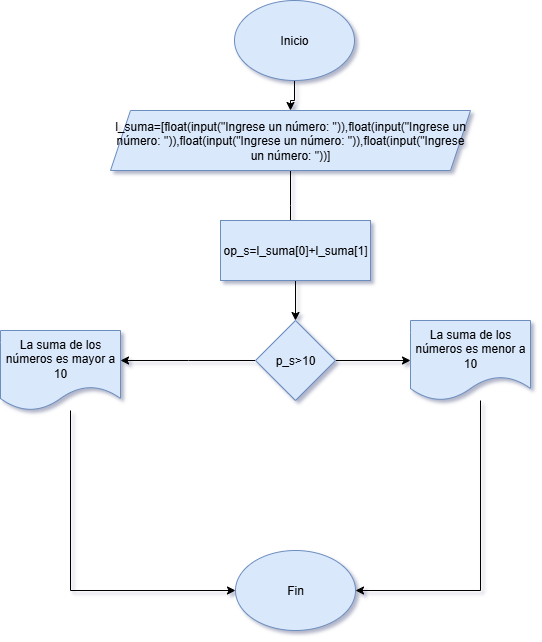
Yesi0316/Programaci-n- keeps this draw.io diagram as diagramas de flujo/Taller condicionales/Diagrama #13.drawio (2).png. Above is the earlier version. Source tidied: cells renumbered, new cells last; positions are measured from the earlier drawing's top-left corner, leaving out a move shared by most shapes.
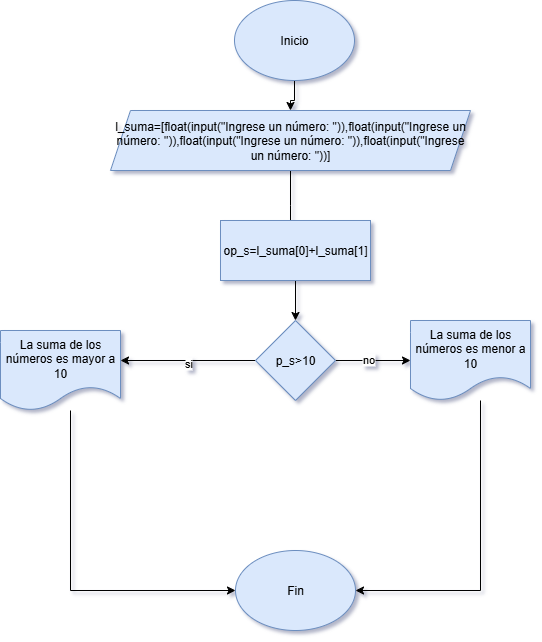
Above is the later version.

Change to the diagram source:
```diff
@@ -27,9 +27,17 @@
         <mxPoint x="120" y="360" as="targetPoint" />
       </mxGeometry>
     </mxCell>
+    <mxCell id="16" value="si" style="edgeLabel;html=1;align=center;verticalAlign=middle;" parent="8" vertex="1">
+      <mxGeometry y="2" relative="1" as="geometry">
+        <mxPoint x="1" as="offset" />
+      </mxGeometry>
+    </mxCell>
     <mxCell id="9" style="edgeStyle=orthogonalEdgeStyle;rounded=0;jettySize=auto;html=1;" parent="1" edge="1" source="10" target="12">
       <mxGeometry relative="1" as="geometry" />
     </mxCell>
+    <mxCell id="17" value="no" style="edgeLabel;html=1;align=center;verticalAlign=middle;" parent="9" vertex="1">
+      <mxGeometry x="-0.15" y="2" relative="1" as="geometry" />
+    </mxCell>
     <mxCell id="10" value="p_s&amp;gt;10" style="rhombus;whiteSpace=wrap;html=1;fillColor=#dae8fc;strokeColor=#6c8ebf;" parent="1" vertex="1">
       <mxGeometry x="255" y="320" width="80" height="80" as="geometry" />
     </mxCell>
```
